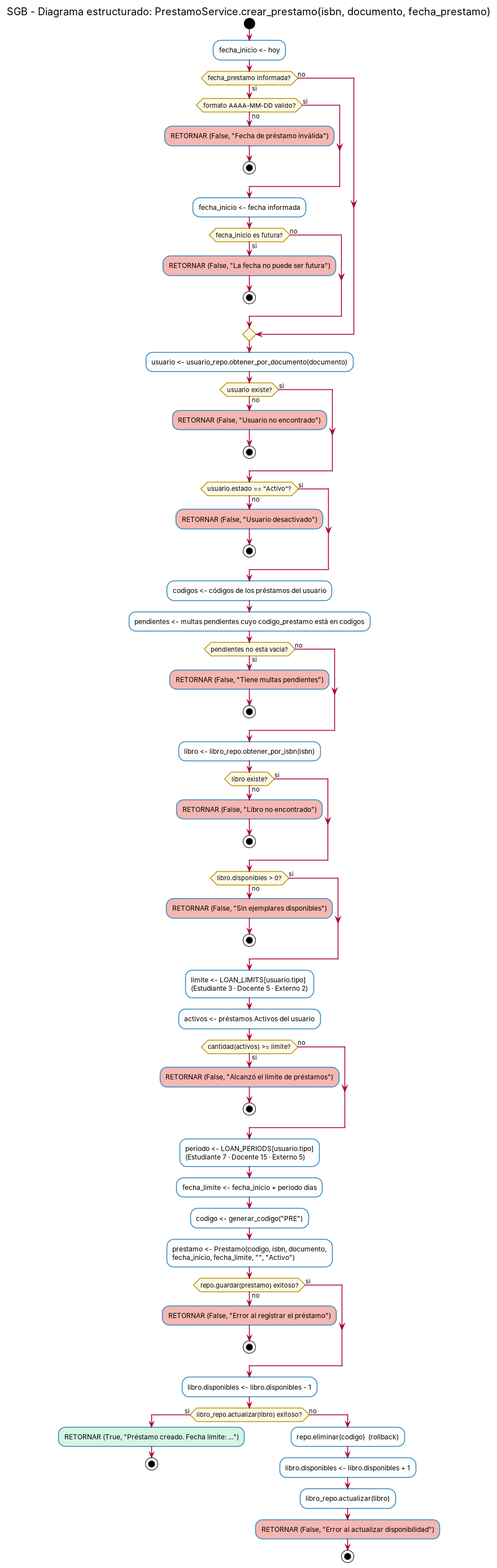
Earlier version of the PlantUML export docs/img/diagrama_estructurado_prestamo.png (RR-source-k/sgb-sistema-bibliotecaria). Its source is kept beside it as puml/diagrama_estructurado_prestamo.puml. Its diagram source:
```plantuml
@startuml
title SGB - Diagrama estructurado: PrestamoService.crear_prestamo(isbn, documento, fecha_prestamo)

skinparam shadowing false
skinparam defaultFontName Helvetica
skinparam activity {
  BackgroundColor #FDFEFE
  BorderColor #2E86C1
  DiamondBackgroundColor #FEF9E7
  DiamondBorderColor #B7950B
}

start
:fecha_inicio <- hoy;

if (fecha_prestamo informada?) then (si)
  if (formato AAAA-MM-DD valido?) then (no)
    #F5B7B1:RETORNAR (False, "Fecha de préstamo inválida");
    stop
  else (si)
  endif
  :fecha_inicio <- fecha informada;
  if (fecha_inicio es futura?) then (si)
    #F5B7B1:RETORNAR (False, "La fecha no puede ser futura");
    stop
  else (no)
  endif
else (no)
endif

:usuario <- usuario_repo.obtener_por_documento(documento);
if (usuario existe?) then (no)
  #F5B7B1:RETORNAR (False, "Usuario no encontrado");
  stop
else (si)
endif
if (usuario.estado == "Activo"?) then (no)
  #F5B7B1:RETORNAR (False, "Usuario desactivado");
  stop
else (si)
endif

:codigos <- códigos de los préstamos del usuario;
:pendientes <- multas pendientes cuyo codigo_prestamo está en codigos;
if (pendientes no esta vacia?) then (si)
  #F5B7B1:RETORNAR (False, "Tiene multas pendientes");
  stop
else (no)
endif

:libro <- libro_repo.obtener_por_isbn(isbn);
if (libro existe?) then (no)
  #F5B7B1:RETORNAR (False, "Libro no encontrado");
  stop
else (si)
endif
if (libro.disponibles > 0?) then (no)
  #F5B7B1:RETORNAR (False, "Sin ejemplares disponibles");
  stop
else (si)
endif

:limite <- LOAN_LIMITS[usuario.tipo]\n(Estudiante 3 · Docente 5 · Externo 2);
:activos <- préstamos Activos del usuario;
if (cantidad(activos) >= limite?) then (si)
  #F5B7B1:RETORNAR (False, "Alcanzó el límite de préstamos");
  stop
else (no)
endif

:periodo <- LOAN_PERIODS[usuario.tipo]\n(Estudiante 7 · Docente 15 · Externo 5);
:fecha_limite <- fecha_inicio + periodo días;
:codigo <- generar_codigo("PRE");
:prestamo <- Prestamo(codigo, isbn, documento,\nfecha_inicio, fecha_limite, "", "Activo");

if (repo.guardar(prestamo) exitoso?) then (no)
  #F5B7B1:RETORNAR (False, "Error al registrar el préstamo");
  stop
else (si)
endif

:libro.disponibles <- libro.disponibles - 1;
if (libro_repo.actualizar(libro) exitoso?) then (si)
  #D5F5E3:RETORNAR (True, "Préstamo creado. Fecha límite: ...");
  stop
else (no)
  :repo.eliminar(codigo)  (rollback);
  :libro.disponibles <- libro.disponibles + 1;
  :libro_repo.actualizar(libro);
  #F5B7B1:RETORNAR (False, "Error al actualizar disponibilidad");
  stop
endif

@enduml
```
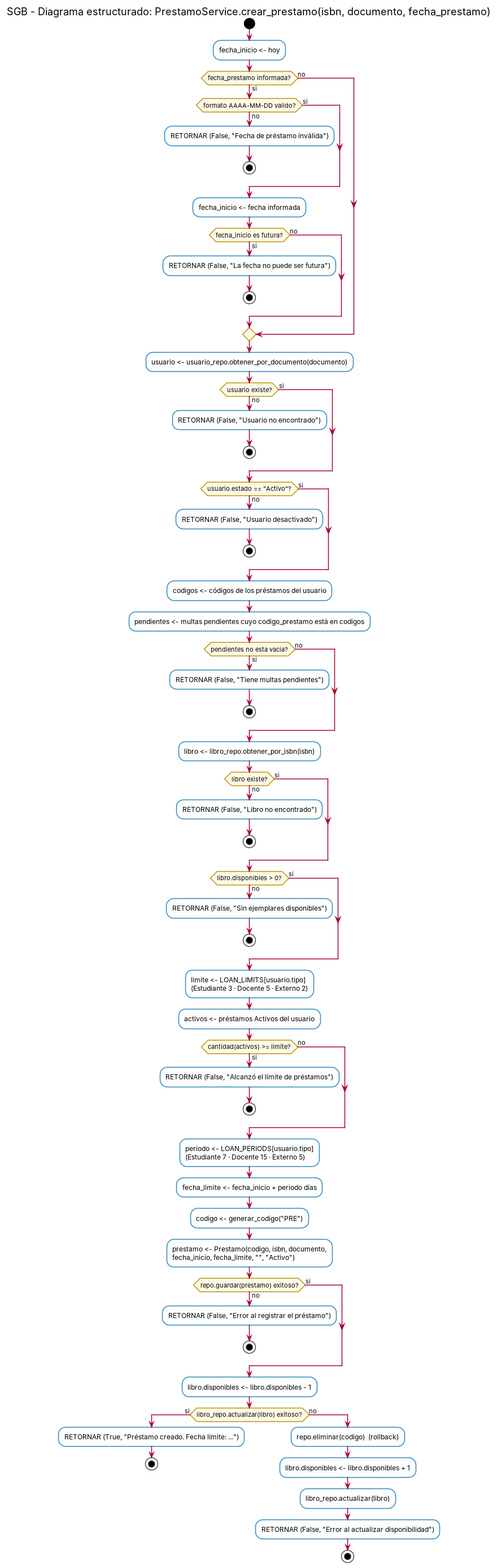
Above is the later version.

What changed in the source:
```diff
@@ -15,13 +15,13 @@
 
 if (fecha_prestamo informada?) then (si)
   if (formato AAAA-MM-DD valido?) then (no)
-    #F5B7B1:RETORNAR (False, "Fecha de préstamo inválida");
+    :RETORNAR (False, "Fecha de préstamo inválida");
     stop
   else (si)
   endif
   :fecha_inicio <- fecha informada;
   if (fecha_inicio es futura?) then (si)
-    #F5B7B1:RETORNAR (False, "La fecha no puede ser futura");
+    :RETORNAR (False, "La fecha no puede ser futura");
     stop
   else (no)
   endif
@@ -30,12 +30,12 @@
 
 :usuario <- usuario_repo.obtener_por_documento(documento);
 if (usuario existe?) then (no)
-  #F5B7B1:RETORNAR (False, "Usuario no encontrado");
+  :RETORNAR (False, "Usuario no encontrado");
   stop
 else (si)
 endif
 if (usuario.estado == "Activo"?) then (no)
-  #F5B7B1:RETORNAR (False, "Usuario desactivado");
+  :RETORNAR (False, "Usuario desactivado");
   stop
 else (si)
 endif
@@ -43,19 +43,19 @@
 :codigos <- códigos de los préstamos del usuario;
 :pendientes <- multas pendientes cuyo codigo_prestamo está en codigos;
 if (pendientes no esta vacia?) then (si)
-  #F5B7B1:RETORNAR (False, "Tiene multas pendientes");
+  :RETORNAR (False, "Tiene multas pendientes");
   stop
 else (no)
 endif
 
 :libro <- libro_repo.obtener_por_isbn(isbn);
 if (libro existe?) then (no)
-  #F5B7B1:RETORNAR (False, "Libro no encontrado");
+  :RETORNAR (False, "Libro no encontrado");
   stop
 else (si)
 endif
 if (libro.disponibles > 0?) then (no)
-  #F5B7B1:RETORNAR (False, "Sin ejemplares disponibles");
+  :RETORNAR (False, "Sin ejemplares disponibles");
   stop
 else (si)
 endif
@@ -63,7 +63,7 @@
 :limite <- LOAN_LIMITS[usuario.tipo]\n(Estudiante 3 · Docente 5 · Externo 2);
 :activos <- préstamos Activos del usuario;
 if (cantidad(activos) >= limite?) then (si)
-  #F5B7B1:RETORNAR (False, "Alcanzó el límite de préstamos");
+  :RETORNAR (False, "Alcanzó el límite de préstamos");
   stop
 else (no)
 endif
@@ -74,20 +74,20 @@
 :prestamo <- Prestamo(codigo, isbn, documento,\nfecha_inicio, fecha_limite, "", "Activo");
 
 if (repo.guardar(prestamo) exitoso?) then (no)
-  #F5B7B1:RETORNAR (False, "Error al registrar el préstamo");
+  :RETORNAR (False, "Error al registrar el préstamo");
   stop
 else (si)
 endif
 
 :libro.disponibles <- libro.disponibles - 1;
 if (libro_repo.actualizar(libro) exitoso?) then (si)
-  #D5F5E3:RETORNAR (True, "Préstamo creado. Fecha límite: ...");
+  :RETORNAR (True, "Préstamo creado. Fecha límite: ...");
   stop
 else (no)
   :repo.eliminar(codigo)  (rollback);
   :libro.disponibles <- libro.disponibles + 1;
   :libro_repo.actualizar(libro);
-  #F5B7B1:RETORNAR (False, "Error al actualizar disponibilidad");
+  :RETORNAR (False, "Error al actualizar disponibilidad");
   stop
 endif
 
```
